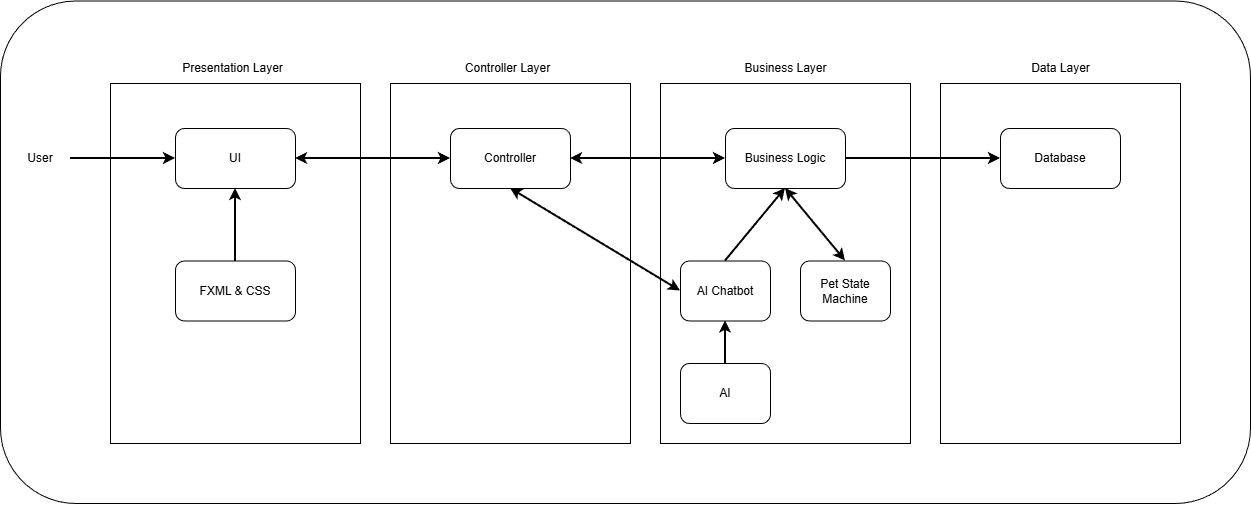
This is Desktop Pet Architecture Diagram.png from RedNate22/CAB302-Oogly-Boogly, a draw.io export, as it was before one commit. Source tidied: cells renumbered, new cells last; positions are measured from the earlier drawing's top-left corner, leaving out a move shared by most shapes.
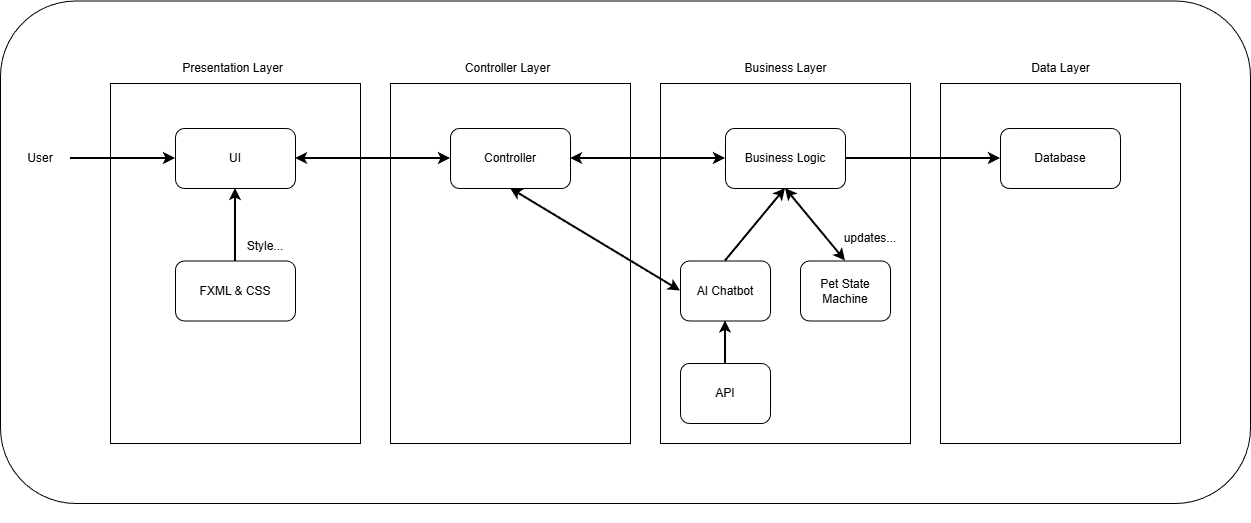
The same diagram one commit later.

Change to the diagram source:
```diff
@@ -65,7 +65,7 @@
     <mxCell id="22" value="Pet State Machine" style="rounded=1;whiteSpace=wrap;html=1;" parent="18" vertex="1">
       <mxGeometry x="140" y="177.5" width="90" height="60" as="geometry" />
     </mxCell>
-    <mxCell id="23" value="AI" style="rounded=1;whiteSpace=wrap;html=1;" parent="18" vertex="1">
+    <mxCell id="23" value="API" style="rounded=1;whiteSpace=wrap;html=1;" parent="18" vertex="1">
       <mxGeometry x="20" y="280" width="90" height="60" as="geometry" />
     </mxCell>
     <mxCell id="24" style="endArrow=classic;startArrow=classic;html=1;rounded=0;strokeWidth=2;exitX=0.5;exitY=1;exitDx=0;exitDy=0;entryX=0.5;entryY=0;entryDx=0;entryDy=0;" parent="18" edge="1" source="20" target="22">
@@ -77,6 +77,9 @@
     <mxCell id="26" style="endArrow=classic;html=1;rounded=0;exitX=0.5;exitY=0;exitDx=0;exitDy=0;entryX=0.5;entryY=1;entryDx=0;entryDy=0;strokeWidth=2;" parent="18" edge="1" source="21" target="20">
       <mxGeometry relative="1" as="geometry" />
     </mxCell>
+    <mxCell id="30" value="updates..." style="text;html=1;whiteSpace=wrap;strokeColor=none;fillColor=none;align=center;verticalAlign=middle;rounded=0;" parent="18" vertex="1">
+      <mxGeometry x="180" y="140" width="60" height="30" as="geometry" />
+    </mxCell>
     <mxCell id="27" style="endArrow=classic;startArrow=classic;html=1;rounded=0;strokeWidth=2;entryX=0;entryY=0.5;entryDx=0;entryDy=0;exitX=1;exitY=0.5;exitDx=0;exitDy=0;" parent="1" edge="1" source="15" target="20">
       <mxGeometry relative="1" as="geometry" />
     </mxCell>
@@ -86,5 +89,8 @@
     <mxCell id="29" style="endArrow=classic;html=1;rounded=0;exitX=1;exitY=0.5;exitDx=0;exitDy=0;entryX=0;entryY=0.5;entryDx=0;entryDy=0;strokeWidth=2;" parent="1" edge="1" source="20" target="17">
       <mxGeometry relative="1" as="geometry" />
     </mxCell>
+    <mxCell id="31" value="Style..." style="text;html=1;whiteSpace=wrap;strokeColor=none;fillColor=none;align=center;verticalAlign=middle;rounded=0;" parent="1" vertex="1">
+      <mxGeometry x="235" y="229.5" width="60" height="30" as="geometry" />
+    </mxCell>
   </root>
 </mxGraphModel>
```
